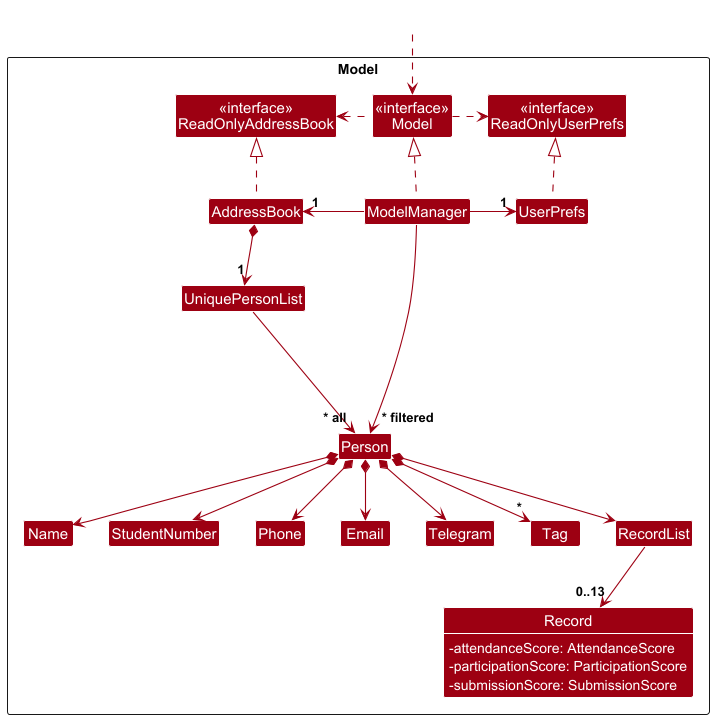
This is docs/images/ModelClassDiagram.png from kailermai/tp, a PlantUML export, as it was before one commit.
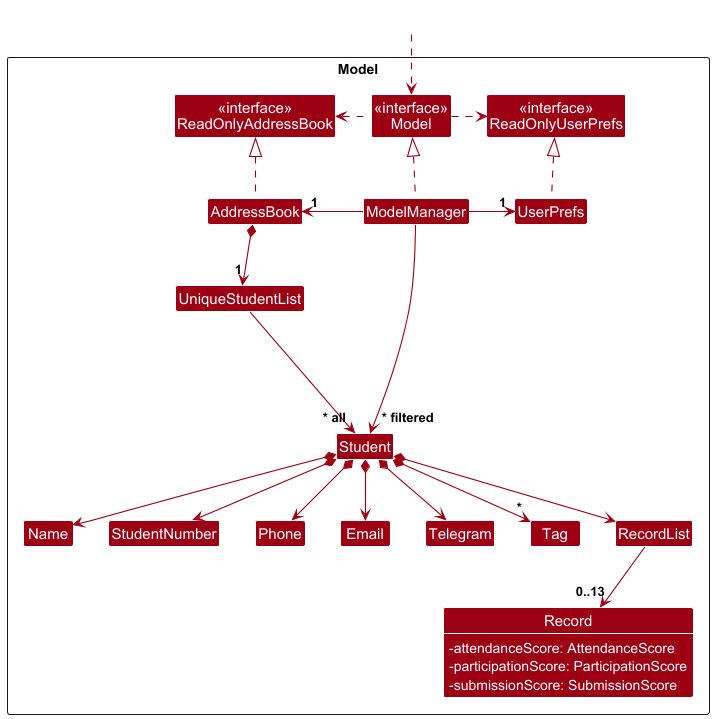
After the commit.

Commit message:
Replace Person with Student

The edit, as a diff of the source:
```diff
@@ -12,8 +12,8 @@
 Class ModelManager
 Class UserPrefs
 
-Class UniquePersonList
-Class Person
+Class UniqueStudentList
+Class Student
 Class Name
 Class StudentNumber
 Class Email
@@ -43,25 +43,25 @@
 ModelManager -right-> "1" UserPrefs
 UserPrefs .up.|> ReadOnlyUserPrefs
 
-AddressBook *--> "1" UniquePersonList
-UniquePersonList --> "~* all" Person
-Person *--> Name
-Person *--> StudentNumber
-Person *--> Email
-Person *--> Phone
-Person *--> Telegram
-Person *--> "*" Tag
-Person *--> RecordList
+AddressBook *--> "1" UniqueStudentList
+UniqueStudentList --> "~* all" Student
+Student *--> Name
+Student *--> StudentNumber
+Student *--> Email
+Student *--> Phone
+Student *--> Telegram
+Student *--> "*" Tag
+Student *--> RecordList
 
 RecordList --> "0..13" "Record"
 
-Person -[hidden]up--> I
-UniquePersonList -[hidden]right-> I
+Student -[hidden]up--> I
+UniqueStudentList -[hidden]right-> I
 
 Name -[hidden]right-> StudentNumber
 StudentNumber -[hidden]right-> Phone
 Phone -[hidden]right-> Email
 Email -[hidden]right-> Telegram
 
-ModelManager --> "~* filtered" Person
+ModelManager --> "~* filtered" Student
 @enduml
```
